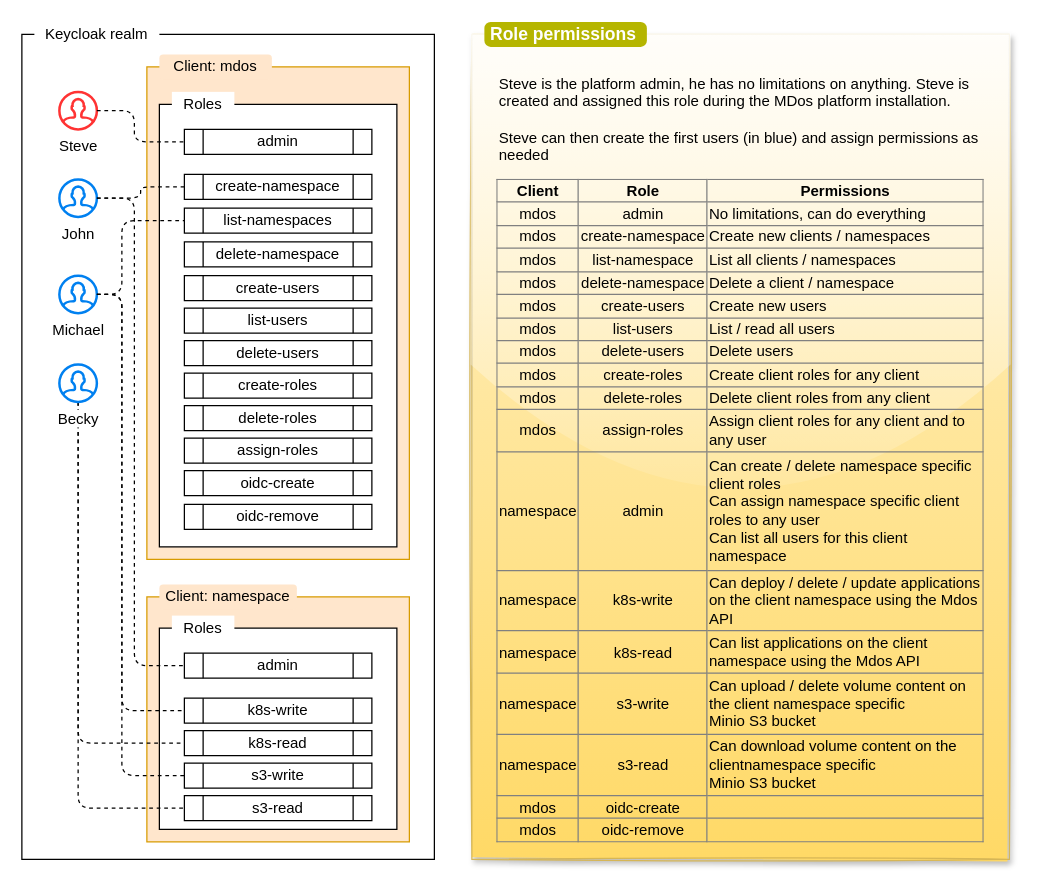
The draw.io diagram page "Keycloak roles" (2 of 2) of docs/architecture.drawio in mdundek/mdos, before the edit. Source tidied: cells renumbered, new cells numbered last; positions are measured from the earlier drawing's top-left corner, leaving out a move shared by most shapes. Both pictures are drawn from the tidied source at 125%, with x=0, y=0 at pixel (21, 21).
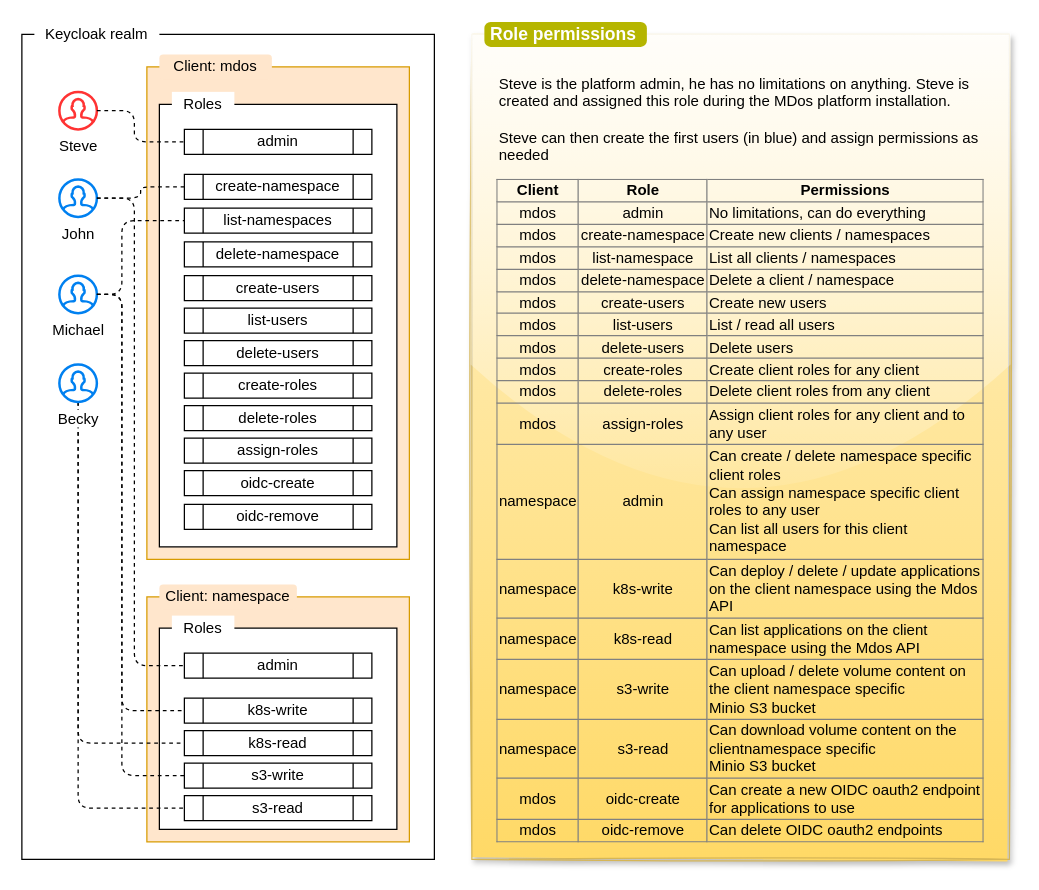
Above is the later version.

Diff of the diagram source:
```diff
@@
-    <mxCell id="34" value="&lt;table border=&quot;1&quot; width=&quot;100%&quot; height=&quot;100%&quot; style=&quot;width:100%;height:100%;border-collapse:collapse;&quot;&gt;&lt;tbody&gt;&lt;tr&gt;&lt;td&gt;&lt;b&gt;Client&lt;/b&gt;&lt;/td&gt;&lt;td&gt;&lt;b&gt;Role&lt;/b&gt;&lt;/td&gt;&lt;td&gt;&lt;b&gt;Permissions&lt;/b&gt;&lt;/td&gt;&lt;/tr&gt;&lt;tr&gt;&lt;td&gt;mdos&lt;/td&gt;&lt;td&gt;admin&lt;/td&gt;&lt;td style=&quot;text-align: left;&quot;&gt;No limitations, can do everything&lt;/td&gt;&lt;/tr&gt;&lt;tr&gt;&lt;td&gt;mdos&lt;/td&gt;&lt;td&gt;&lt;span style=&quot;&quot;&gt;create-namespace&lt;/span&gt;&lt;br&gt;&lt;/td&gt;&lt;td style=&quot;text-align: left;&quot;&gt;Create new clients / namespaces&lt;br&gt;&lt;/td&gt;&lt;/tr&gt;&lt;tr&gt;&lt;td&gt;&lt;span style=&quot;&quot;&gt;mdos&lt;/span&gt;&lt;br&gt;&lt;/td&gt;&lt;td&gt;&lt;span style=&quot;&quot;&gt;list-namespace&lt;/span&gt;&lt;br&gt;&lt;/td&gt;&lt;td style=&quot;text-align: left;&quot;&gt;List all clients / namespaces&lt;/td&gt;&lt;/tr&gt;&lt;tr&gt;&lt;td&gt;&lt;span style=&quot;&quot;&gt;mdos&lt;/span&gt;&lt;br&gt;&lt;/td&gt;&lt;td&gt;&lt;span style=&quot;&quot;&gt;delete-&lt;/span&gt;namespace&lt;br&gt;&lt;/td&gt;&lt;td style=&quot;text-align: left;&quot;&gt;Delete a client / namespace&lt;/td&gt;&lt;/tr&gt;&lt;tr&gt;&lt;td&gt;&lt;span style=&quot;&quot;&gt;mdos&lt;/span&gt;&lt;br&gt;&lt;/td&gt;&lt;td&gt;&lt;span style=&quot;&quot;&gt;create-users&lt;/span&gt;&lt;br&gt;&lt;/td&gt;&lt;td style=&quot;text-align: left;&quot;&gt;Create new users&lt;/td&gt;&lt;/tr&gt;&lt;tr&gt;&lt;td&gt;&lt;span style=&quot;&quot;&gt;mdos&lt;/span&gt;&lt;br&gt;&lt;/td&gt;&lt;td&gt;&lt;span style=&quot;&quot;&gt;list-users&lt;/span&gt;&lt;br&gt;&lt;/td&gt;&lt;td style=&quot;text-align: left;&quot;&gt;List / read all users&lt;/td&gt;&lt;/tr&gt;&lt;tr&gt;&lt;td&gt;&lt;span style=&quot;&quot;&gt;mdos&lt;/span&gt;&lt;br&gt;&lt;/td&gt;&lt;td&gt;&lt;span style=&quot;&quot;&gt;delete-users&lt;/span&gt;&lt;br&gt;&lt;/td&gt;&lt;td style=&quot;text-align: left;&quot;&gt;Delete users&lt;/td&gt;&lt;/tr&gt;&lt;tr&gt;&lt;td&gt;&lt;span style=&quot;&quot;&gt;mdos&lt;/span&gt;&lt;br&gt;&lt;/td&gt;&lt;td&gt;&lt;span style=&quot;&quot;&gt;create-roles&lt;/span&gt;&lt;br&gt;&lt;/td&gt;&lt;td style=&quot;text-align: left;&quot;&gt;Create client roles for any client&lt;br&gt;&lt;/td&gt;&lt;/tr&gt;&lt;tr&gt;&lt;td&gt;mdos&lt;br&gt;&lt;/td&gt;&lt;td&gt;delete-roles&lt;br&gt;&lt;/td&gt;&lt;td style=&quot;text-align: left;&quot;&gt;Delete client roles from any client&lt;/td&gt;&lt;/tr&gt;&lt;tr&gt;&lt;td&gt;mdos&lt;br&gt;&lt;/td&gt;&lt;td&gt;assign-roles&lt;br&gt;&lt;/td&gt;&lt;td&gt;&lt;div style=&quot;text-align: left;&quot;&gt;&lt;span style=&quot;background-color: initial;&quot;&gt;Assign client roles for any client and to&lt;/span&gt;&lt;/div&gt;&lt;div style=&quot;text-align: left;&quot;&gt;&lt;span style=&quot;background-color: initial;&quot;&gt;any user&lt;/span&gt;&lt;/div&gt;&lt;/td&gt;&lt;/tr&gt;&lt;tr&gt;&lt;td&gt;namespace&lt;br&gt;&lt;/td&gt;&lt;td&gt;&lt;span style=&quot;&quot;&gt;admin&lt;/span&gt;&lt;br&gt;&lt;/td&gt;&lt;td&gt;&lt;div style=&quot;text-align: left;&quot;&gt;&lt;span style=&quot;background-color: initial;&quot;&gt;Can create / delete namespace specific&lt;/span&gt;&lt;/div&gt;&lt;div style=&quot;text-align: left;&quot;&gt;&lt;span style=&quot;background-color: initial;&quot;&gt;client roles&lt;/span&gt;&lt;/div&gt;&lt;div style=&quot;text-align: left;&quot;&gt;&lt;span style=&quot;background-color: initial;&quot;&gt;Can assign namespace specific client&lt;/span&gt;&lt;/div&gt;&lt;div style=&quot;text-align: left;&quot;&gt;&lt;span style=&quot;background-color: initial;&quot;&gt;roles&amp;nbsp;&lt;/span&gt;&lt;span style=&quot;background-color: initial;&quot;&gt;to any user&lt;/span&gt;&lt;/div&gt;&lt;div style=&quot;text-align: left;&quot;&gt;&lt;span style=&quot;background-color: initial;&quot;&gt;Can list all users for this client&lt;/span&gt;&lt;/div&gt;&lt;div style=&quot;text-align: left;&quot;&gt;&lt;span style=&quot;background-color: initial;&quot;&gt;namespace&lt;/span&gt;&lt;/div&gt;&lt;/td&gt;&lt;/tr&gt;&lt;tr&gt;&lt;td&gt;namespace&lt;br&gt;&lt;/td&gt;&lt;td&gt;&lt;span style=&quot;&quot;&gt;k8s-write&lt;/span&gt;&lt;br&gt;&lt;/td&gt;&lt;td style=&quot;text-align: left;&quot;&gt;Can deploy / delete / update applications&lt;br&gt;on the client namespace using the Mdos&lt;br&gt;API&lt;/td&gt;&lt;/tr&gt;&lt;tr&gt;&lt;td&gt;namespace&lt;br&gt;&lt;/td&gt;&lt;td&gt;&lt;span style=&quot;&quot;&gt;k8s-read&lt;/span&gt;&lt;br&gt;&lt;/td&gt;&lt;td&gt;&lt;div style=&quot;text-align: left;&quot;&gt;&lt;span style=&quot;background-color: initial;&quot;&gt;Can list applications on the client&lt;/span&gt;&lt;/div&gt;&lt;div style=&quot;text-align: left;&quot;&gt;&lt;span style=&quot;background-color: initial;&quot;&gt;namespace&amp;nbsp;&lt;/span&gt;&lt;span style=&quot;background-color: initial;&quot;&gt;using the Mdos API&lt;/span&gt;&lt;/div&gt;&lt;/td&gt;&lt;/tr&gt;&lt;tr&gt;&lt;td&gt;namespace&lt;br&gt;&lt;/td&gt;&lt;td&gt;&lt;span style=&quot;&quot;&gt;s3-write&lt;/span&gt;&lt;br&gt;&lt;/td&gt;&lt;td style=&quot;text-align: left;&quot;&gt;Can upload / delete volume content on&lt;br&gt;the client namespace specific&lt;br&gt;Minio S3 bucket&lt;/td&gt;&lt;/tr&gt;&lt;tr&gt;&lt;td&gt;namespace&lt;br&gt;&lt;/td&gt;&lt;td&gt;&lt;span style=&quot;&quot;&gt;s3-read&lt;/span&gt;&lt;br&gt;&lt;/td&gt;&lt;td style=&quot;text-align: left;&quot;&gt;Can download volume content on the&lt;br&gt;clientnamespace specific&lt;br&gt;Minio S3 bucket&lt;/td&gt;&lt;/tr&gt;&lt;tr&gt;&lt;td&gt;mdos&lt;/td&gt;&lt;td&gt;&lt;span style=&quot;&quot;&gt;oidc-create&lt;/span&gt;&lt;br&gt;&lt;/td&gt;&lt;td&gt;&lt;br&gt;&lt;/td&gt;&lt;/tr&gt;&lt;tr&gt;&lt;td&gt;mdos&lt;/td&gt;&lt;td&gt;&lt;span style=&quot;&quot;&gt;oidc-remove&lt;/span&gt;&lt;br&gt;&lt;/td&gt;&lt;td&gt;&lt;br&gt;&lt;/td&gt;&lt;/tr&gt;&lt;/tbody&gt;&lt;/table&gt;" style="text;html=1;strokeColor=none;fillColor=none;overflow=fill;rounded=0;shadow=0;glass=0;sketch=0;fontColor=#000000;align=center;" parent="1" vertex="1">
+    <mxCell id="34" value="&lt;table border=&quot;1&quot; width=&quot;100%&quot; height=&quot;100%&quot; style=&quot;width:100%;height:100%;border-collapse:collapse;&quot;&gt;&lt;tbody&gt;&lt;tr&gt;&lt;td&gt;&lt;b&gt;Client&lt;/b&gt;&lt;/td&gt;&lt;td&gt;&lt;b&gt;Role&lt;/b&gt;&lt;/td&gt;&lt;td&gt;&lt;b&gt;Permissions&lt;/b&gt;&lt;/td&gt;&lt;/tr&gt;&lt;tr&gt;&lt;td&gt;mdos&lt;/td&gt;&lt;td&gt;admin&lt;/td&gt;&lt;td style=&quot;text-align: left;&quot;&gt;No limitations, can do everything&lt;/td&gt;&lt;/tr&gt;&lt;tr&gt;&lt;td&gt;mdos&lt;/td&gt;&lt;td&gt;&lt;span style=&quot;&quot;&gt;create-namespace&lt;/span&gt;&lt;br&gt;&lt;/td&gt;&lt;td style=&quot;text-align: left;&quot;&gt;Create new clients / namespaces&lt;br&gt;&lt;/td&gt;&lt;/tr&gt;&lt;tr&gt;&lt;td&gt;&lt;span style=&quot;&quot;&gt;mdos&lt;/span&gt;&lt;br&gt;&lt;/td&gt;&lt;td&gt;&lt;span style=&quot;&quot;&gt;list-namespace&lt;/span&gt;&lt;br&gt;&lt;/td&gt;&lt;td style=&quot;text-align: left;&quot;&gt;List all clients / namespaces&lt;/td&gt;&lt;/tr&gt;&lt;tr&gt;&lt;td&gt;&lt;span style=&quot;&quot;&gt;mdos&lt;/span&gt;&lt;br&gt;&lt;/td&gt;&lt;td&gt;&lt;span style=&quot;&quot;&gt;delete-&lt;/span&gt;namespace&lt;br&gt;&lt;/td&gt;&lt;td style=&quot;text-align: left;&quot;&gt;Delete a client / namespace&lt;/td&gt;&lt;/tr&gt;&lt;tr&gt;&lt;td&gt;&lt;span style=&quot;&quot;&gt;mdos&lt;/span&gt;&lt;br&gt;&lt;/td&gt;&lt;td&gt;&lt;span style=&quot;&quot;&gt;create-users&lt;/span&gt;&lt;br&gt;&lt;/td&gt;&lt;td style=&quot;text-align: left;&quot;&gt;Create new users&lt;/td&gt;&lt;/tr&gt;&lt;tr&gt;&lt;td&gt;&lt;span style=&quot;&quot;&gt;mdos&lt;/span&gt;&lt;br&gt;&lt;/td&gt;&lt;td&gt;&lt;span style=&quot;&quot;&gt;list-users&lt;/span&gt;&lt;br&gt;&lt;/td&gt;&lt;td style=&quot;text-align: left;&quot;&gt;List / read all users&lt;/td&gt;&lt;/tr&gt;&lt;tr&gt;&lt;td&gt;&lt;span style=&quot;&quot;&gt;mdos&lt;/span&gt;&lt;br&gt;&lt;/td&gt;&lt;td&gt;&lt;span style=&quot;&quot;&gt;delete-users&lt;/span&gt;&lt;br&gt;&lt;/td&gt;&lt;td style=&quot;text-align: left;&quot;&gt;Delete users&lt;/td&gt;&lt;/tr&gt;&lt;tr&gt;&lt;td&gt;&lt;span style=&quot;&quot;&gt;mdos&lt;/span&gt;&lt;br&gt;&lt;/td&gt;&lt;td&gt;&lt;span style=&quot;&quot;&gt;create-roles&lt;/span&gt;&lt;br&gt;&lt;/td&gt;&lt;td style=&quot;text-align: left;&quot;&gt;Create client roles for any client&lt;br&gt;&lt;/td&gt;&lt;/tr&gt;&lt;tr&gt;&lt;td&gt;mdos&lt;br&gt;&lt;/td&gt;&lt;td&gt;delete-roles&lt;br&gt;&lt;/td&gt;&lt;td style=&quot;text-align: left;&quot;&gt;Delete client roles from any client&lt;/td&gt;&lt;/tr&gt;&lt;tr&gt;&lt;td&gt;mdos&lt;br&gt;&lt;/td&gt;&lt;td&gt;assign-roles&lt;br&gt;&lt;/td&gt;&lt;td&gt;&lt;div style=&quot;text-align: left;&quot;&gt;&lt;span style=&quot;background-color: initial;&quot;&gt;Assign client roles for any client and to&lt;/span&gt;&lt;/div&gt;&lt;div style=&quot;text-align: left;&quot;&gt;&lt;span style=&quot;background-color: initial;&quot;&gt;any user&lt;/span&gt;&lt;/div&gt;&lt;/td&gt;&lt;/tr&gt;&lt;tr&gt;&lt;td&gt;namespace&lt;br&gt;&lt;/td&gt;&lt;td&gt;&lt;span style=&quot;&quot;&gt;admin&lt;/span&gt;&lt;br&gt;&lt;/td&gt;&lt;td&gt;&lt;div style=&quot;text-align: left;&quot;&gt;&lt;span style=&quot;background-color: initial;&quot;&gt;Can create / delete namespace specific&lt;/span&gt;&lt;/div&gt;&lt;div style=&quot;text-align: left;&quot;&gt;&lt;span style=&quot;background-color: initial;&quot;&gt;client roles&lt;/span&gt;&lt;/div&gt;&lt;div style=&quot;text-align: left;&quot;&gt;&lt;span style=&quot;background-color: initial;&quot;&gt;Can assign namespace specific client&lt;/span&gt;&lt;/div&gt;&lt;div style=&quot;text-align: left;&quot;&gt;&lt;span style=&quot;background-color: initial;&quot;&gt;roles&amp;nbsp;&lt;/span&gt;&lt;span style=&quot;background-color: initial;&quot;&gt;to any user&lt;/span&gt;&lt;/div&gt;&lt;div style=&quot;text-align: left;&quot;&gt;&lt;span style=&quot;background-color: initial;&quot;&gt;Can list all users for this client&lt;/span&gt;&lt;/div&gt;&lt;div style=&quot;text-align: left;&quot;&gt;&lt;span style=&quot;background-color: initial;&quot;&gt;namespace&lt;/span&gt;&lt;/div&gt;&lt;/td&gt;&lt;/tr&gt;&lt;tr&gt;&lt;td&gt;namespace&lt;br&gt;&lt;/td&gt;&lt;td&gt;&lt;span style=&quot;&quot;&gt;k8s-write&lt;/span&gt;&lt;br&gt;&lt;/td&gt;&lt;td style=&quot;text-align: left;&quot;&gt;Can deploy / delete / update applications&lt;br&gt;on the client namespace using the Mdos&lt;br&gt;API&lt;/td&gt;&lt;/tr&gt;&lt;tr&gt;&lt;td&gt;namespace&lt;br&gt;&lt;/td&gt;&lt;td&gt;&lt;span style=&quot;&quot;&gt;k8s-read&lt;/span&gt;&lt;br&gt;&lt;/td&gt;&lt;td&gt;&lt;div style=&quot;text-align: left;&quot;&gt;&lt;span style=&quot;background-color: initial;&quot;&gt;Can list applications on the client&lt;/span&gt;&lt;/div&gt;&lt;div style=&quot;text-align: left;&quot;&gt;&lt;span style=&quot;background-color: initial;&quot;&gt;namespace&amp;nbsp;&lt;/span&gt;&lt;span style=&quot;background-color: initial;&quot;&gt;using the Mdos API&lt;/span&gt;&lt;/div&gt;&lt;/td&gt;&lt;/tr&gt;&lt;tr&gt;&lt;td&gt;namespace&lt;br&gt;&lt;/td&gt;&lt;td&gt;&lt;span style=&quot;&quot;&gt;s3-write&lt;/span&gt;&lt;br&gt;&lt;/td&gt;&lt;td style=&quot;text-align: left;&quot;&gt;Can upload / delete volume content on&lt;br&gt;the client namespace specific&lt;br&gt;Minio S3 bucket&lt;/td&gt;&lt;/tr&gt;&lt;tr&gt;&lt;td&gt;namespace&lt;br&gt;&lt;/td&gt;&lt;td&gt;&lt;span style=&quot;&quot;&gt;s3-read&lt;/span&gt;&lt;br&gt;&lt;/td&gt;&lt;td style=&quot;text-align: left;&quot;&gt;Can download volume content on the&lt;br&gt;clientnamespace specific&lt;br&gt;Minio S3 bucket&lt;/td&gt;&lt;/tr&gt;&lt;tr&gt;&lt;td&gt;mdos&lt;/td&gt;&lt;td&gt;&lt;span style=&quot;&quot;&gt;oidc-create&lt;/span&gt;&lt;br&gt;&lt;/td&gt;&lt;td&gt;&lt;div style=&quot;text-align: left;&quot;&gt;&lt;span style=&quot;background-color: initial;&quot;&gt;Can create a new OIDC oauth2 endpoint&lt;/span&gt;&lt;/div&gt;&lt;div style=&quot;text-align: left;&quot;&gt;&lt;span style=&quot;background-color: initial;&quot;&gt;for applications to use&lt;/span&gt;&lt;/div&gt;&lt;/td&gt;&lt;/tr&gt;&lt;tr&gt;&lt;td&gt;mdos&lt;/td&gt;&lt;td&gt;&lt;span style=&quot;&quot;&gt;oidc-remove&lt;/span&gt;&lt;br&gt;&lt;/td&gt;&lt;td style=&quot;text-align: left;&quot;&gt;Can delete OIDC oauth2 endpoints&lt;/td&gt;&lt;/tr&gt;&lt;/tbody&gt;&lt;/table&gt;" style="text;html=1;strokeColor=none;fillColor=none;overflow=fill;rounded=0;shadow=0;glass=0;sketch=0;fontColor=#000000;align=center;" parent="1" vertex="1">
       <mxGeometry x="380" y="126" width="390" height="531" as="geometry" />
     </mxCell>
```
